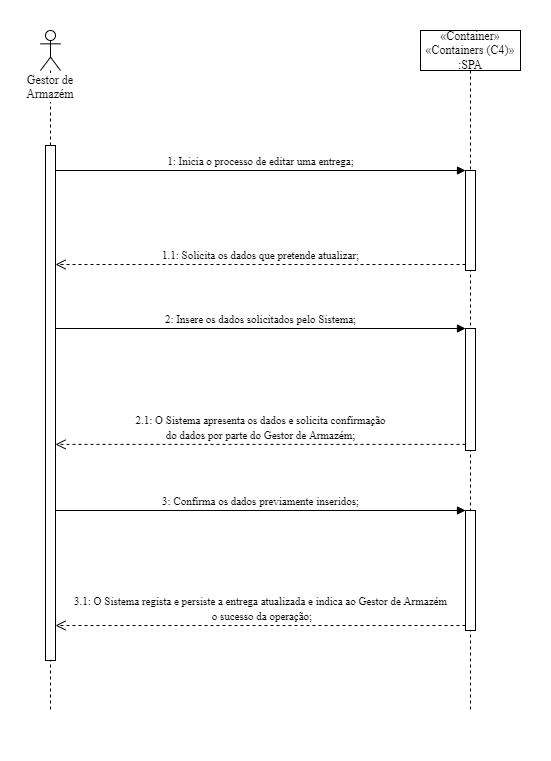
This is Docs/SprintA/Nível #1/Nível #1-Vista de Processo UC G.2.3.png from 1190624/S5_DA_02, a draw.io export, as it was before one commit. Source tidied: cells renumbered, new cells last; positions are measured from the earlier drawing's top-left corner, leaving out a move shared by most shapes. Its diagram source:
```xml
<mxGraphModel>
  <root>
    <mxCell id="0" />
    <mxCell id="1" parent="0" />
    <mxCell id="2" style="rounded=0;whiteSpace=wrap;html=1;fontFamily=Product Sans;fontSize=12;strokeColor=none;" parent="1" vertex="1">
      <mxGeometry width="550" height="760" as="geometry" />
    </mxCell>
    <mxCell id="3" value="Gestor de Armazém" style="shape=umlLifeline;participant=umlActor;perimeter=lifelinePerimeter;whiteSpace=wrap;html=1;verticalAlign=top;spacingTop=36;fontFamily=Product Sans;labelBackgroundColor=default;" parent="1" vertex="1">
      <mxGeometry x="40" y="30" width="20" height="680" as="geometry" />
    </mxCell>
    <mxCell id="4" style="html=1;points=[];perimeter=orthogonalPerimeter;fontFamily=Product Sans;fontSize=12;" parent="3" vertex="1">
      <mxGeometry x="5" y="115" width="10" height="515" as="geometry" />
    </mxCell>
    <mxCell id="5" value="&lt;font face=&quot;Product Sans&quot; style=&quot;font-size: 12px&quot;&gt;«Container»&lt;br&gt;«Containers (C4)»&lt;br&gt;:SPA&lt;/font&gt;" style="shape=umlLifeline;perimeter=lifelinePerimeter;whiteSpace=wrap;html=1;" parent="1" vertex="1">
      <mxGeometry x="420" y="30" width="100" height="680" as="geometry" />
    </mxCell>
    <mxCell id="6" style="html=1;points=[];perimeter=orthogonalPerimeter;fontFamily=Product Sans;fontSize=12;" parent="5" vertex="1">
      <mxGeometry x="45" y="140" width="10" height="100" as="geometry" />
    </mxCell>
    <mxCell id="7" style="html=1;points=[];perimeter=orthogonalPerimeter;fontFamily=Product Sans;fontSize=12;" parent="5" vertex="1">
      <mxGeometry x="45" y="298" width="10" height="122" as="geometry" />
    </mxCell>
    <mxCell id="8" style="html=1;perimeter=orthogonalPerimeter;fontFamily=Product Sans;fontSize=12;" parent="5" vertex="1">
      <mxGeometry x="45" y="480" width="10" height="120" as="geometry" />
    </mxCell>
    <mxCell id="9" value="&lt;span style=&quot;font-size: 11px&quot;&gt;1: Inicia o processo de editar uma entrega&lt;/span&gt;&lt;span style=&quot;font-size: 11px&quot;&gt;;&lt;/span&gt;" style="html=1;verticalAlign=bottom;endArrow=block;entryX=0;entryY=0;rounded=0;fontFamily=Product Sans;fontSize=12;" parent="1" edge="1" target="6">
      <mxGeometry relative="1" as="geometry">
        <mxPoint x="55" y="170" as="sourcePoint" />
      </mxGeometry>
    </mxCell>
    <mxCell id="10" value="&lt;span style=&quot;font-size: 11px&quot;&gt;1.1: Solicita os dados que pretende atualizar&lt;/span&gt;&lt;span style=&quot;font-size: 11px&quot;&gt;;&lt;/span&gt;" style="html=1;verticalAlign=bottom;endArrow=open;dashed=1;endSize=8;exitX=0;exitY=0.95;rounded=0;fontFamily=Product Sans;fontSize=12;" parent="1" edge="1">
      <mxGeometry relative="1" as="geometry">
        <mxPoint x="465" y="264" as="sourcePoint" />
        <mxPoint x="55" y="264" as="targetPoint" />
      </mxGeometry>
    </mxCell>
    <mxCell id="11" value="&lt;span style=&quot;font-size: 11px&quot;&gt;2: Insere os dados solicitados pelo Sistema;&lt;/span&gt;" style="html=1;verticalAlign=bottom;endArrow=block;entryX=0;entryY=0;rounded=0;fontFamily=Product Sans;fontSize=12;" parent="1" edge="1" target="7">
      <mxGeometry relative="1" as="geometry">
        <mxPoint x="55" y="328" as="sourcePoint" />
      </mxGeometry>
    </mxCell>
    <mxCell id="12" value="&lt;span style=&quot;font-size: 11px&quot;&gt;2.1: O Sistema apresenta os dados e solicita confirmação&lt;/span&gt;&lt;br style=&quot;font-size: 11px&quot;&gt;&lt;span style=&quot;font-size: 11px&quot;&gt;do dados por parte do Gestor de Armazém;&lt;/span&gt;" style="html=1;verticalAlign=bottom;endArrow=open;dashed=1;endSize=8;exitX=0;exitY=0.95;rounded=0;fontFamily=Product Sans;fontSize=12;" parent="1" edge="1" source="7">
      <mxGeometry relative="1" as="geometry">
        <mxPoint x="55" y="443.9" as="targetPoint" />
      </mxGeometry>
    </mxCell>
    <mxCell id="13" value="&lt;span style=&quot;font-size: 11px&quot;&gt;3: Confirma os dados previamente inseridos;&lt;/span&gt;" style="html=1;verticalAlign=bottom;endArrow=block;entryX=0;entryY=0;rounded=0;fontFamily=Product Sans;fontSize=12;" parent="1" edge="1">
      <mxGeometry relative="1" as="geometry">
        <mxPoint x="55" y="510" as="sourcePoint" />
        <mxPoint x="465" y="510" as="targetPoint" />
      </mxGeometry>
    </mxCell>
    <mxCell id="14" value="&lt;span style=&quot;font-size: 11px&quot;&gt;3.1:&amp;nbsp;O Sistema regista e persiste a entrega atualizada e&amp;nbsp;&lt;/span&gt;&lt;span style=&quot;font-size: 11px&quot;&gt;indica ao Gestor de Armazém&lt;br&gt;&amp;nbsp;o sucesso da&amp;nbsp;&lt;/span&gt;&lt;span style=&quot;font-size: 11px&quot;&gt;operação;&lt;/span&gt;" style="html=1;verticalAlign=bottom;endArrow=open;dashed=1;endSize=8;exitX=0;exitY=0.95;rounded=0;fontFamily=Product Sans;fontSize=12;" parent="1" edge="1">
      <mxGeometry relative="1" as="geometry">
        <mxPoint x="465" y="625" as="sourcePoint" />
        <mxPoint x="55" y="625" as="targetPoint" />
      </mxGeometry>
    </mxCell>
  </root>
</mxGraphModel>
```
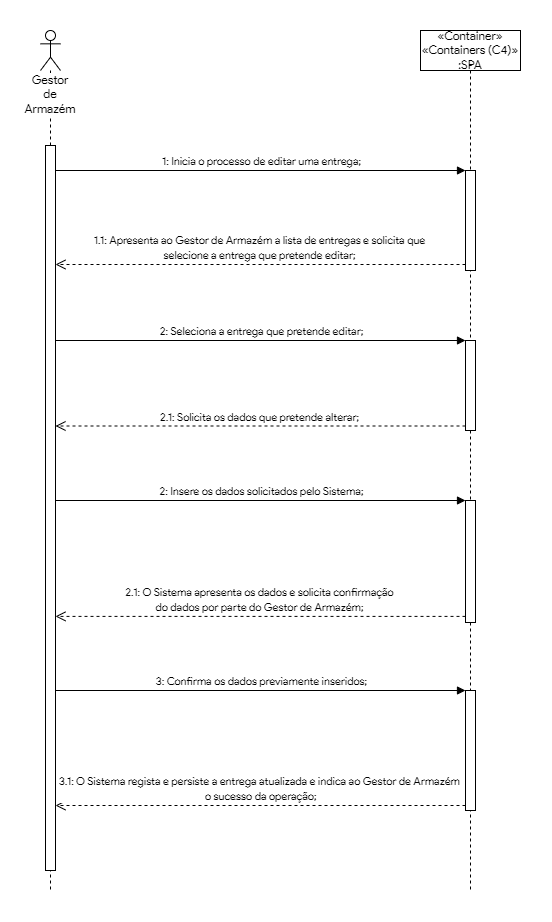
Later version of the same file.

Commit message:
Modificação da Vista de Processo UC G.2.3

LEI-7 #comment Correção da Vista de Processo da UC G.2.3.

The edit, as a diff of the source:
```diff
@@ -3,58 +3,66 @@
     <mxCell id="0" />
     <mxCell id="1" parent="0" />
     <mxCell id="2" style="rounded=0;whiteSpace=wrap;html=1;fontFamily=Product Sans;fontSize=12;strokeColor=none;" parent="1" vertex="1">
-      <mxGeometry width="550" height="760" as="geometry" />
+      <mxGeometry width="550" height="920" as="geometry" />
     </mxCell>
     <mxCell id="3" value="Gestor de Armazém" style="shape=umlLifeline;participant=umlActor;perimeter=lifelinePerimeter;whiteSpace=wrap;html=1;verticalAlign=top;spacingTop=36;fontFamily=Product Sans;labelBackgroundColor=default;" parent="1" vertex="1">
-      <mxGeometry x="40" y="30" width="20" height="680" as="geometry" />
+      <mxGeometry x="40" y="30" width="20" height="860" as="geometry" />
     </mxCell>
     <mxCell id="4" style="html=1;points=[];perimeter=orthogonalPerimeter;fontFamily=Product Sans;fontSize=12;" parent="3" vertex="1">
-      <mxGeometry x="5" y="115" width="10" height="515" as="geometry" />
+      <mxGeometry x="5" y="115" width="10" height="725" as="geometry" />
     </mxCell>
     <mxCell id="5" value="&lt;font face=&quot;Product Sans&quot; style=&quot;font-size: 12px&quot;&gt;«Container»&lt;br&gt;«Containers (C4)»&lt;br&gt;:SPA&lt;/font&gt;" style="shape=umlLifeline;perimeter=lifelinePerimeter;whiteSpace=wrap;html=1;" parent="1" vertex="1">
-      <mxGeometry x="420" y="30" width="100" height="680" as="geometry" />
+      <mxGeometry x="420" y="30" width="100" height="860" as="geometry" />
     </mxCell>
     <mxCell id="6" style="html=1;points=[];perimeter=orthogonalPerimeter;fontFamily=Product Sans;fontSize=12;" parent="5" vertex="1">
       <mxGeometry x="45" y="140" width="10" height="100" as="geometry" />
     </mxCell>
     <mxCell id="7" style="html=1;points=[];perimeter=orthogonalPerimeter;fontFamily=Product Sans;fontSize=12;" parent="5" vertex="1">
-      <mxGeometry x="45" y="298" width="10" height="122" as="geometry" />
+      <mxGeometry x="45" y="470" width="10" height="122" as="geometry" />
     </mxCell>
     <mxCell id="8" style="html=1;perimeter=orthogonalPerimeter;fontFamily=Product Sans;fontSize=12;" parent="5" vertex="1">
-      <mxGeometry x="45" y="480" width="10" height="120" as="geometry" />
+      <mxGeometry x="45" y="660" width="10" height="120" as="geometry" />
     </mxCell>
+    <mxCell id="15" style="html=1;points=[];perimeter=orthogonalPerimeter;" parent="5" vertex="1">
+      <mxGeometry x="45" y="310" width="10" height="90" as="geometry" />
+    </mxCell>
     <mxCell id="9" value="&lt;span style=&quot;font-size: 11px&quot;&gt;1: Inicia o processo de editar uma entrega&lt;/span&gt;&lt;span style=&quot;font-size: 11px&quot;&gt;;&lt;/span&gt;" style="html=1;verticalAlign=bottom;endArrow=block;entryX=0;entryY=0;rounded=0;fontFamily=Product Sans;fontSize=12;" parent="1" edge="1" target="6">
       <mxGeometry relative="1" as="geometry">
         <mxPoint x="55" y="170" as="sourcePoint" />
       </mxGeometry>
     </mxCell>
-    <mxCell id="10" value="&lt;span style=&quot;font-size: 11px&quot;&gt;1.1: Solicita os dados que pretende atualizar&lt;/span&gt;&lt;span style=&quot;font-size: 11px&quot;&gt;;&lt;/span&gt;" style="html=1;verticalAlign=bottom;endArrow=open;dashed=1;endSize=8;exitX=0;exitY=0.95;rounded=0;fontFamily=Product Sans;fontSize=12;" parent="1" edge="1">
+    <mxCell id="10" value="&lt;span style=&quot;font-size: 11px&quot;&gt;1.1: Apresenta ao Gestor de Armazém a lista de entregas e solicita que&lt;br&gt;&lt;/span&gt;&lt;span style=&quot;font-size: 11px&quot;&gt;selecione a entrega que pretende editar;&lt;/span&gt;" style="html=1;verticalAlign=bottom;endArrow=open;dashed=1;endSize=8;rounded=0;fontFamily=Product Sans;fontSize=12;" parent="1" edge="1" source="6">
       <mxGeometry relative="1" as="geometry">
-        <mxPoint x="465" y="264" as="sourcePoint" />
         <mxPoint x="55" y="264" as="targetPoint" />
       </mxGeometry>
     </mxCell>
     <mxCell id="11" value="&lt;span style=&quot;font-size: 11px&quot;&gt;2: Insere os dados solicitados pelo Sistema;&lt;/span&gt;" style="html=1;verticalAlign=bottom;endArrow=block;entryX=0;entryY=0;rounded=0;fontFamily=Product Sans;fontSize=12;" parent="1" edge="1" target="7">
       <mxGeometry relative="1" as="geometry">
-        <mxPoint x="55" y="328" as="sourcePoint" />
+        <mxPoint x="55" y="500" as="sourcePoint" />
       </mxGeometry>
     </mxCell>
     <mxCell id="12" value="&lt;span style=&quot;font-size: 11px&quot;&gt;2.1: O Sistema apresenta os dados e solicita confirmação&lt;/span&gt;&lt;br style=&quot;font-size: 11px&quot;&gt;&lt;span style=&quot;font-size: 11px&quot;&gt;do dados por parte do Gestor de Armazém;&lt;/span&gt;" style="html=1;verticalAlign=bottom;endArrow=open;dashed=1;endSize=8;exitX=0;exitY=0.95;rounded=0;fontFamily=Product Sans;fontSize=12;" parent="1" edge="1" source="7">
       <mxGeometry relative="1" as="geometry">
-        <mxPoint x="55" y="443.9" as="targetPoint" />
+        <mxPoint x="55" y="615.9" as="targetPoint" />
       </mxGeometry>
     </mxCell>
     <mxCell id="13" value="&lt;span style=&quot;font-size: 11px&quot;&gt;3: Confirma os dados previamente inseridos;&lt;/span&gt;" style="html=1;verticalAlign=bottom;endArrow=block;entryX=0;entryY=0;rounded=0;fontFamily=Product Sans;fontSize=12;" parent="1" edge="1">
       <mxGeometry relative="1" as="geometry">
-        <mxPoint x="55" y="510" as="sourcePoint" />
-        <mxPoint x="465" y="510" as="targetPoint" />
+        <mxPoint x="55" y="690" as="sourcePoint" />
+        <mxPoint x="465" y="690" as="targetPoint" />
       </mxGeometry>
     </mxCell>
     <mxCell id="14" value="&lt;span style=&quot;font-size: 11px&quot;&gt;3.1:&amp;nbsp;O Sistema regista e persiste a entrega atualizada e&amp;nbsp;&lt;/span&gt;&lt;span style=&quot;font-size: 11px&quot;&gt;indica ao Gestor de Armazém&lt;br&gt;&amp;nbsp;o sucesso da&amp;nbsp;&lt;/span&gt;&lt;span style=&quot;font-size: 11px&quot;&gt;operação;&lt;/span&gt;" style="html=1;verticalAlign=bottom;endArrow=open;dashed=1;endSize=8;exitX=0;exitY=0.95;rounded=0;fontFamily=Product Sans;fontSize=12;" parent="1" edge="1">
       <mxGeometry relative="1" as="geometry">
-        <mxPoint x="465" y="625" as="sourcePoint" />
-        <mxPoint x="55" y="625" as="targetPoint" />
+        <mxPoint x="465" y="805" as="sourcePoint" />
+        <mxPoint x="55" y="805" as="targetPoint" />
       </mxGeometry>
     </mxCell>
+    <mxCell id="16" value="&lt;font face=&quot;Product Sans&quot;&gt;2: Seleciona a entrega que pretende editar;&lt;/font&gt;" style="html=1;verticalAlign=bottom;endArrow=block;entryX=0;entryY=0;rounded=0;" parent="1" edge="1" source="4" target="15">
+      <mxGeometry relative="1" as="geometry" />
+    </mxCell>
+    <mxCell id="17" value="&lt;font face=&quot;Product Sans&quot;&gt;2.1: Solicita os dados que pretende alterar;&lt;/font&gt;" style="html=1;verticalAlign=bottom;endArrow=open;dashed=1;endSize=8;exitX=0;exitY=0.95;rounded=0;" parent="1" edge="1" source="15" target="4">
+      <mxGeometry relative="1" as="geometry" />
+    </mxCell>
   </root>
 </mxGraphModel>
```
